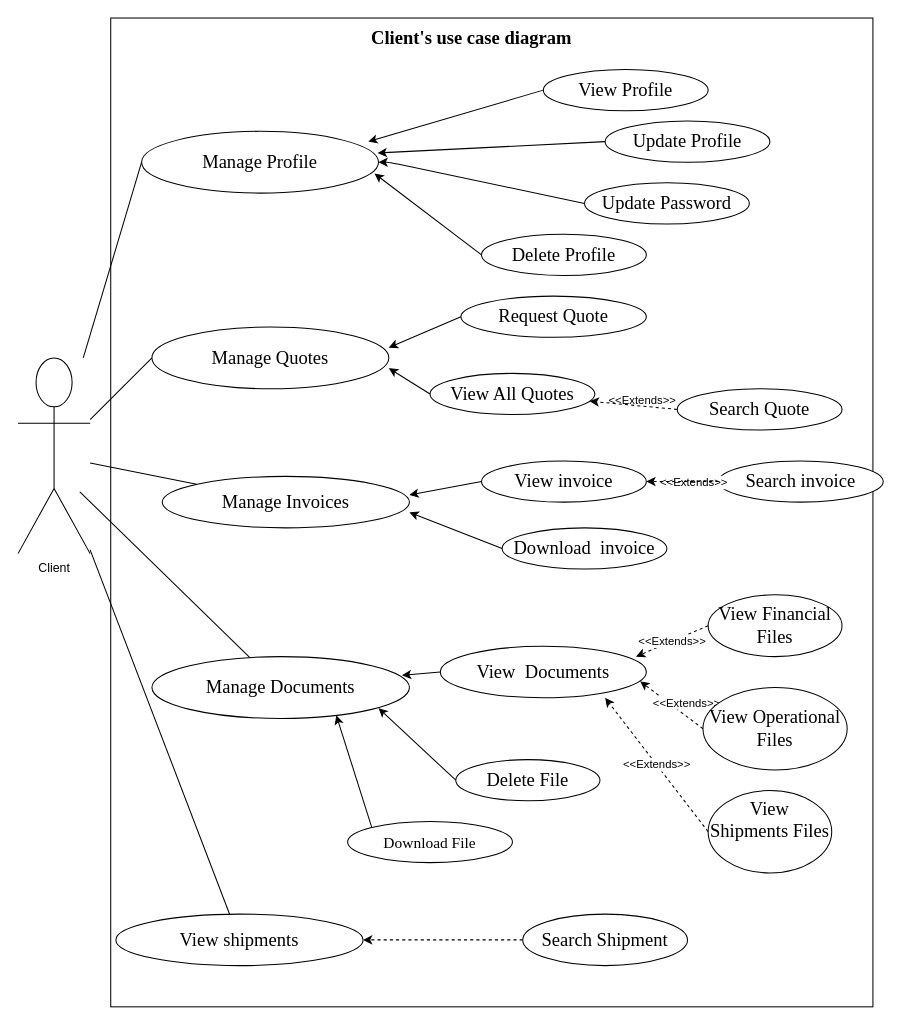
Above: page "Page-1" (1 of 2) of use case diagrams/client use case.drawio in adembornfrompain/backend_projet_avr (draw.io), before the change. Source tidied: cells renumbered, new cells numbered last; positions are measured from the earlier drawing's top-left corner, leaving out a move shared by most shapes. Both pictures are drawn from the tidied source at 103%, with x=0, y=0 at pixel (18, 18).
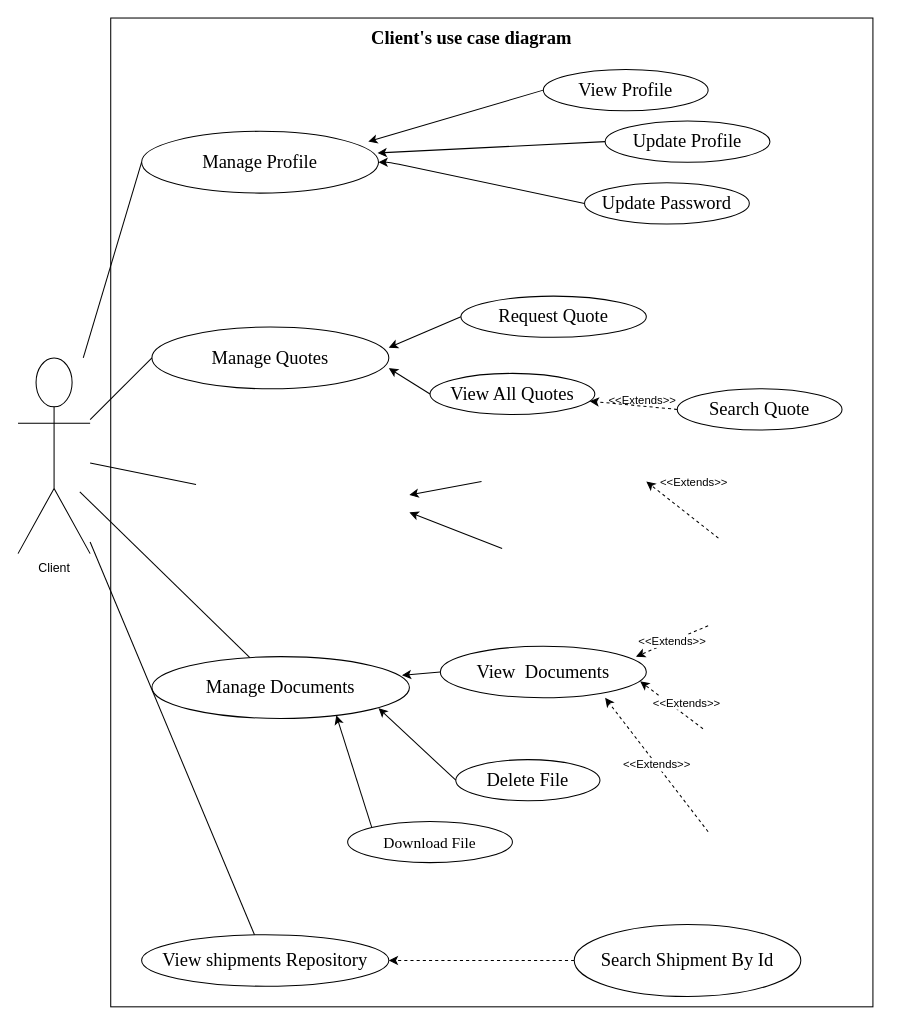
Above is the later version.

Unchanged cells that the change refers to:
```xml
<mxCell id="3" value="Client" style="shape=umlActor;verticalLabelPosition=bottom;verticalAlign=top;html=1;outlineConnect=0;" parent="1" vertex="1">
  <mxGeometry y="330" width="70" height="190" as="geometry" />
</mxCell>
<mxCell id="4" value="Manage Profile" style="ellipse;whiteSpace=wrap;html=1;fontFamily=Times New Roman;fontSize=18;" parent="1" vertex="1">
  <mxGeometry x="120" y="110" width="230" height="60" as="geometry" />
</mxCell>
<mxCell id="30" value="View&amp;nbsp; Documents" style="ellipse;whiteSpace=wrap;html=1;fontFamily=Times New Roman;fontSize=18;" parent="1" vertex="1">
  <mxGeometry x="410" y="610" width="200" height="50" as="geometry" />
</mxCell>
```

Change to the diagram source:
```diff
@@
-    <mxCell id="6" value="View shipments" style="ellipse;whiteSpace=wrap;html=1;fontFamily=Times New Roman;fontSize=18;" parent="1" vertex="1">
-      <mxGeometry x="95" y="870" width="240" height="50" as="geometry" />
+    <mxCell id="6" value="View shipments Repository" style="ellipse;whiteSpace=wrap;html=1;fontFamily=Times New Roman;fontSize=18;" parent="1" vertex="1">
+      <mxGeometry x="120" y="890" width="240" height="50" as="geometry" />
     </mxCell>
-    <mxCell id="7" value="Manage Invoices" style="ellipse;whiteSpace=wrap;html=1;fontFamily=Times New Roman;fontSize=18;" parent="1" vertex="1">
-      <mxGeometry x="140" y="445" width="240" height="50" as="geometry" />
-    </mxCell>
@@
-    <mxCell id="14" style="edgeStyle=none;html=1;exitX=0;exitY=0.5;exitDx=0;exitDy=0;entryX=0.983;entryY=0.683;entryDx=0;entryDy=0;entryPerimeter=0;" parent="1" edge="1" source="15" target="4">
-      <mxGeometry relative="1" as="geometry" />
-    </mxCell>
-    <mxCell id="15" value="Delete Profile" style="ellipse;whiteSpace=wrap;html=1;fontFamily=Times New Roman;fontSize=18;" parent="1" vertex="1">
-      <mxGeometry x="450" y="210" width="160" height="40" as="geometry" />
-    </mxCell>
@@
-    <mxCell id="22" value="Search Shipment" style="ellipse;whiteSpace=wrap;html=1;fontFamily=Times New Roman;fontSize=18;" parent="1" vertex="1">
-      <mxGeometry x="490" y="870" width="160" height="50" as="geometry" />
+    <mxCell id="22" value="Search Shipment By Id" style="ellipse;whiteSpace=wrap;html=1;fontFamily=Times New Roman;fontSize=18;" parent="1" vertex="1">
+      <mxGeometry x="540" y="880" width="220" height="70" as="geometry" />
     </mxCell>
@@
-    <mxCell id="24" value="Search invoice" style="ellipse;whiteSpace=wrap;html=1;fontFamily=Times New Roman;fontSize=18;" parent="1" vertex="1">
-      <mxGeometry x="680" y="430" width="160" height="40" as="geometry" />
-    </mxCell>
@@
-    <mxCell id="26" style="edgeStyle=none;html=1;exitX=0;exitY=0.5;exitDx=0;exitDy=0;" parent="1" edge="1" source="27">
+    <mxCell id="26" style="edgeStyle=none;html=1;exitX=0;exitY=0.5;exitDx=0;exitDy=0;" parent="1" edge="1">
       <mxGeometry relative="1" as="geometry">
+        <mxPoint x="470" y="515" as="sourcePoint" />
         <mxPoint x="380" y="480" as="targetPoint" />
       </mxGeometry>
     </mxCell>
-    <mxCell id="27" value="Download&amp;nbsp; invoice" style="ellipse;whiteSpace=wrap;html=1;fontSize=18;fontFamily=Times New Roman;" parent="1" vertex="1">
-      <mxGeometry x="470" y="495" width="160" height="40" as="geometry" />
-    </mxCell>
@@
-    <mxCell id="34" style="edgeStyle=none;html=1;exitX=0;exitY=0.5;exitDx=0;exitDy=0;" parent="1" edge="1" source="35">
+    <mxCell id="34" style="edgeStyle=none;html=1;exitX=0;exitY=0.5;exitDx=0;exitDy=0;" parent="1" edge="1">
       <mxGeometry relative="1" as="geometry">
+        <mxPoint x="450" y="450" as="sourcePoint" />
         <mxPoint x="380" y="463" as="targetPoint" />
       </mxGeometry>
     </mxCell>
-    <mxCell id="35" value="View invoice" style="ellipse;whiteSpace=wrap;html=1;fontFamily=Times New Roman;fontSize=18;" parent="1" vertex="1">
-      <mxGeometry x="450" y="430" width="160" height="40" as="geometry" />
-    </mxCell>
@@
-    <mxCell id="40" style="endArrow=none;html=1;" parent="1" edge="1" source="7" target="3">
-      <mxGeometry relative="1" as="geometry" />
+    <mxCell id="40" style="endArrow=none;html=1;" parent="1" edge="1" target="3">
+      <mxGeometry relative="1" as="geometry">
+        <mxPoint x="172.8" y="452.8" as="sourcePoint" />
+      </mxGeometry>
     </mxCell>
@@
-    <mxCell id="44" style="edgeStyle=none;html=1;entryX=1;entryY=0.5;entryDx=0;entryDy=0;dashed=1;exitX=0;exitY=0.5;exitDx=0;exitDy=0;" parent="1" edge="1" source="24" target="35">
-      <mxGeometry relative="1" as="geometry" />
+    <mxCell id="44" style="edgeStyle=none;html=1;entryX=1;entryY=0.5;entryDx=0;entryDy=0;dashed=1;exitX=0;exitY=0.5;exitDx=0;exitDy=0;" parent="1" edge="1">
+      <mxGeometry relative="1" as="geometry">
+        <mxPoint x="680" y="505" as="sourcePoint" />
+        <mxPoint x="610" y="450" as="targetPoint" />
+      </mxGeometry>
     </mxCell>
-    <mxCell id="45" value="View Financial Files" style="ellipse;whiteSpace=wrap;html=1;fontFamily=Times New Roman;fontSize=18;" parent="1" vertex="1">
-      <mxGeometry x="670" y="560" width="130" height="60" as="geometry" />
-    </mxCell>
-    <mxCell id="46" value="&amp;lt;&amp;lt;Extends&amp;gt;&amp;gt;" style="edgeStyle=none;html=1;exitX=0;exitY=0.5;exitDx=0;exitDy=0;dashed=1;entryX=0.97;entryY=0.68;entryDx=0;entryDy=0;entryPerimeter=0;" parent="1" edge="1" source="47" target="30">
-      <mxGeometry x="-0.27" y="-10" relative="1" as="geometry" />
+    <mxCell id="46" value="&amp;lt;&amp;lt;Extends&amp;gt;&amp;gt;" style="edgeStyle=none;html=1;exitX=0;exitY=0.5;exitDx=0;exitDy=0;dashed=1;entryX=0.97;entryY=0.68;entryDx=0;entryDy=0;entryPerimeter=0;" parent="1" edge="1" target="30">
+      <mxGeometry x="-0.27" y="-10" relative="1" as="geometry">
+        <mxPoint x="665" y="690" as="sourcePoint" />
+      </mxGeometry>
     </mxCell>
-    <mxCell id="47" value="View Operational Files" style="ellipse;whiteSpace=wrap;html=1;fontFamily=Times New Roman;fontSize=18;" parent="1" vertex="1">
-      <mxGeometry x="665" y="650" width="140" height="80" as="geometry" />
-    </mxCell>
-    <mxCell id="48" value="&amp;lt;&amp;lt;Extends&amp;gt;&amp;gt;" style="edgeStyle=none;html=1;dashed=1;exitX=0;exitY=0.5;exitDx=0;exitDy=0;entryX=0.95;entryY=0.2;entryDx=0;entryDy=0;entryPerimeter=0;" parent="1" edge="1" source="45" target="30">
-      <mxGeometry relative="1" as="geometry" />
+    <mxCell id="48" value="&amp;lt;&amp;lt;Extends&amp;gt;&amp;gt;" style="edgeStyle=none;html=1;dashed=1;exitX=0;exitY=0.5;exitDx=0;exitDy=0;entryX=0.95;entryY=0.2;entryDx=0;entryDy=0;entryPerimeter=0;" parent="1" edge="1" target="30">
+      <mxGeometry relative="1" as="geometry">
+        <mxPoint x="670" y="590" as="sourcePoint" />
+      </mxGeometry>
     </mxCell>
-    <mxCell id="49" value="View Shipments Files&lt;div&gt;&lt;br&gt;&lt;/div&gt;" style="ellipse;whiteSpace=wrap;html=1;fontFamily=Times New Roman;fontSize=18;" parent="1" vertex="1">
-      <mxGeometry x="670" y="750" width="120" height="80" as="geometry" />
-    </mxCell>
```
